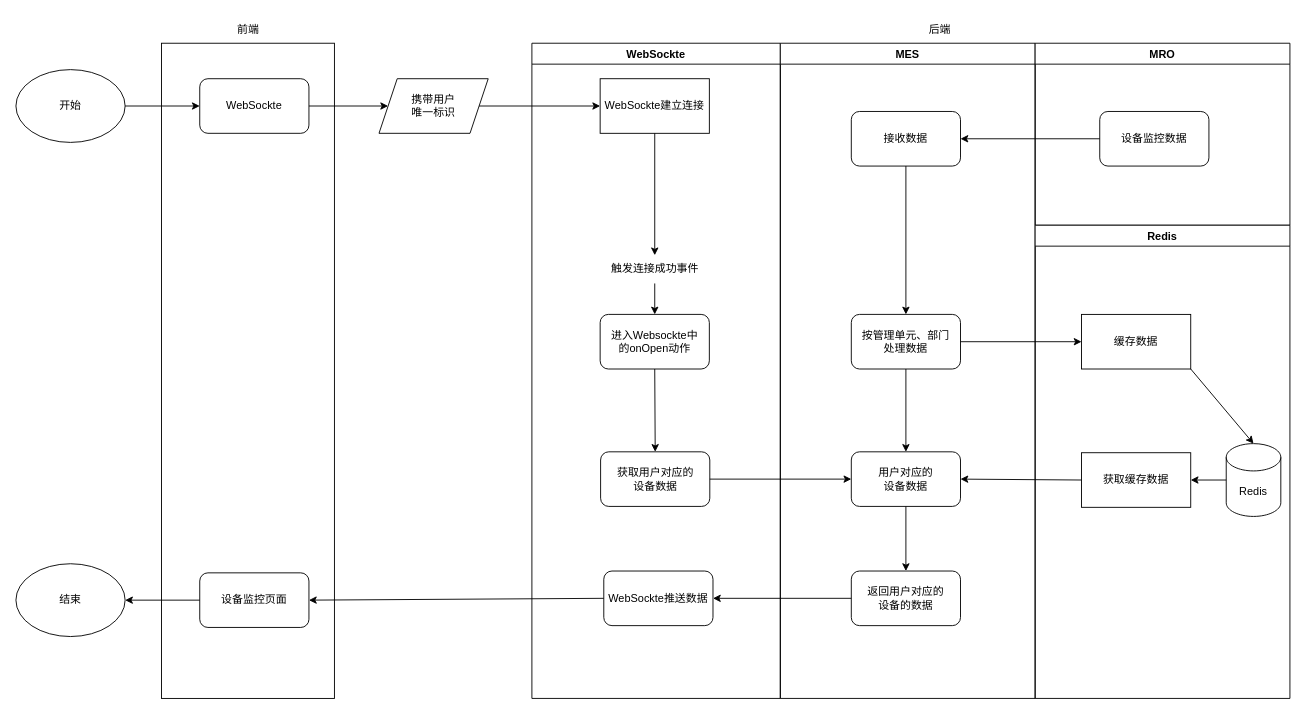
Earlier version of the draw.io diagram page "第 2 页" (2 of 2) of 设备监控流程.drawio (KNAI-I/test). Source tidied: cells renumbered, new cells numbered last; positions are measured from the earlier drawing's top-left corner, leaving out a move shared by most shapes. Both pictures are drawn from the tidied source at 91%, with x=0, y=0 at pixel (15, 15).
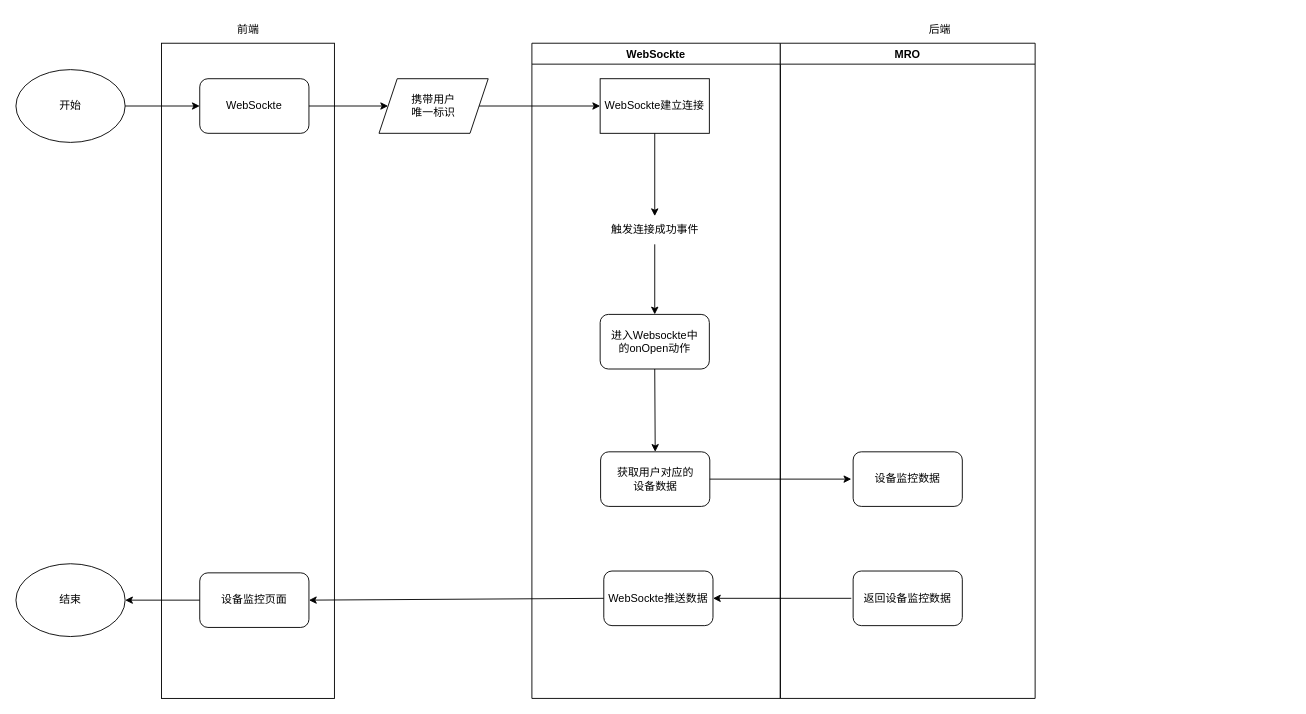
Above is the later version.

Commit message (it also covers changes not shown here):
更新设备监控流程.drawio

Unchanged cells that the change refers to:
```xml
<mxCell id="16" value="WebSockte推送数据" style="rounded=1;whiteSpace=wrap;html=1;" parent="1" vertex="1">
  <mxGeometry x="646" y="610" width="120" height="60" as="geometry" />
</mxCell>
<mxCell id="20" value="获取用户对应的&lt;br&gt;设备数据" style="rounded=1;whiteSpace=wrap;html=1;" parent="18" vertex="1">
  <mxGeometry x="75.5" y="449" width="120" height="60" as="geometry" />
</mxCell>
```

The edit, as a diff of the source:
```diff
@@
     <mxCell id="12" value="触发连接成功事件" style="text;html=1;align=center;verticalAlign=middle;points=[];strokeColor=none;fillColor=none;" parent="1" vertex="1">
-      <mxGeometry x="642" y="263" width="120" height="30" as="geometry" />
+      <mxGeometry x="642" y="220" width="120" height="30" as="geometry" />
     </mxCell>
@@
-    <mxCell id="22" value="MES" style="swimlane;" parent="1" vertex="1">
-      <mxGeometry x="840" y="30" width="280" height="720" as="geometry" />
-    </mxCell>
-    <mxCell id="23" value="接收数据" style="rounded=1;whiteSpace=wrap;html=1;" parent="22" vertex="1">
-      <mxGeometry x="78" y="75" width="120" height="60" as="geometry" />
-    </mxCell>
-    <mxCell id="24" value="按管理单元、部门&lt;br&gt;处理数据" style="rounded=1;whiteSpace=wrap;html=1;" parent="22" vertex="1">
-      <mxGeometry x="78" y="298" width="120" height="60" as="geometry" />
-    </mxCell>
-    <mxCell id="25" style="endArrow=classic;html=1;rounded=0;exitX=0.5;exitY=1;exitDx=0;exitDy=0;entryX=0.5;entryY=0;entryDx=0;entryDy=0;" parent="22" edge="1" source="23" target="24">
-      <mxGeometry relative="1" as="geometry" />
-    </mxCell>
-    <mxCell id="26" value="用户对应的&lt;br&gt;设备数据" style="rounded=1;whiteSpace=wrap;html=1;" parent="22" vertex="1">
-      <mxGeometry x="78" y="449" width="120" height="60" as="geometry" />
-    </mxCell>
-    <mxCell id="27" style="endArrow=classic;html=1;rounded=0;entryX=0.5;entryY=0;entryDx=0;entryDy=0;exitX=0.5;exitY=1;exitDx=0;exitDy=0;" parent="22" edge="1" source="24" target="26">
-      <mxGeometry relative="1" as="geometry" />
-    </mxCell>
-    <mxCell id="28" value="返回用户对应的&lt;br&gt;设备的数据" style="rounded=1;whiteSpace=wrap;html=1;" parent="22" vertex="1">
-      <mxGeometry x="78" y="580" width="120" height="60" as="geometry" />
-    </mxCell>
-    <mxCell id="29" style="endArrow=classic;html=1;rounded=0;exitX=0.5;exitY=1;exitDx=0;exitDy=0;entryX=0.5;entryY=0;entryDx=0;entryDy=0;" parent="22" edge="1" source="26" target="28">
-      <mxGeometry relative="1" as="geometry" />
-    </mxCell>
     <mxCell id="30" value="MRO" style="swimlane;" parent="1" vertex="1">
-      <mxGeometry x="1120" y="30" width="280" height="200" as="geometry" />
+      <mxGeometry x="840" y="30" width="280" height="720" as="geometry" />
     </mxCell>
     <mxCell id="31" value="设备监控数据" style="rounded=1;whiteSpace=wrap;html=1;" parent="30" vertex="1">
-      <mxGeometry x="71" y="75" width="120" height="60" as="geometry" />
+      <mxGeometry x="80" y="449" width="120" height="60" as="geometry" />
     </mxCell>
-    <mxCell id="32" value="Redis" style="swimlane;" parent="1" vertex="1">
-      <mxGeometry x="1120" y="230" width="280" height="520" as="geometry" />
-    </mxCell>
-    <mxCell id="33" value="Redis" style="shape=cylinder3;whiteSpace=wrap;html=1;boundedLbl=1;backgroundOutline=1;size=15;" parent="32" vertex="1">
-      <mxGeometry x="210" y="240" width="60" height="80" as="geometry" />
-    </mxCell>
-    <mxCell id="34" value="缓存数据" style="rounded=0;whiteSpace=wrap;html=1;" parent="32" vertex="1">
-      <mxGeometry x="51" y="98" width="120" height="60" as="geometry" />
-    </mxCell>
-    <mxCell id="35" style="endArrow=classic;html=1;rounded=0;exitX=1;exitY=1;exitDx=0;exitDy=0;entryX=0.5;entryY=0;entryDx=0;entryDy=0;entryPerimeter=0;" parent="32" edge="1" source="34" target="33">
-      <mxGeometry relative="1" as="geometry" />
-    </mxCell>
-    <mxCell id="36" value="获取缓存数据" style="rounded=0;whiteSpace=wrap;html=1;" parent="32" vertex="1">
-      <mxGeometry x="51" y="250" width="120" height="60" as="geometry" />
-    </mxCell>
-    <mxCell id="37" style="endArrow=classic;html=1;rounded=0;exitX=0;exitY=0.5;exitDx=0;exitDy=0;exitPerimeter=0;entryX=1;entryY=0.5;entryDx=0;entryDy=0;" parent="32" edge="1" source="33" target="36">
-      <mxGeometry relative="1" as="geometry" />
-    </mxCell>
-    <mxCell id="38" style="endArrow=classic;html=1;rounded=0;exitX=0;exitY=0.5;exitDx=0;exitDy=0;" parent="1" edge="1" source="31" target="23">
-      <mxGeometry relative="1" as="geometry" />
-    </mxCell>
-    <mxCell id="39" style="endArrow=classic;html=1;rounded=0;entryX=0;entryY=0.5;entryDx=0;entryDy=0;exitX=1;exitY=0.5;exitDx=0;exitDy=0;" parent="1" edge="1" source="24" target="34">
-      <mxGeometry relative="1" as="geometry" />
-    </mxCell>
+    <mxCell id="45" value="返回设备监控数据" style="rounded=1;whiteSpace=wrap;html=1;" parent="30" vertex="1">
+      <mxGeometry x="80" y="580" width="120" height="60" as="geometry" />
+    </mxCell>
-    <mxCell id="40" style="endArrow=classic;html=1;rounded=0;exitX=1;exitY=0.5;exitDx=0;exitDy=0;entryX=0;entryY=0.5;entryDx=0;entryDy=0;" parent="1" edge="1" source="20" target="26">
-      <mxGeometry relative="1" as="geometry" />
+    <mxCell id="40" style="endArrow=classic;html=1;rounded=0;exitX=1;exitY=0.5;exitDx=0;exitDy=0;entryX=0;entryY=0.5;entryDx=0;entryDy=0;" parent="1" edge="1" source="20">
+      <mxGeometry relative="1" as="geometry">
+        <mxPoint x="918" y="509" as="targetPoint" />
+      </mxGeometry>
     </mxCell>
-    <mxCell id="41" style="endArrow=classic;html=1;rounded=0;exitX=0;exitY=0.5;exitDx=0;exitDy=0;entryX=1;entryY=0.5;entryDx=0;entryDy=0;" parent="1" edge="1" source="36" target="26">
-      <mxGeometry relative="1" as="geometry" />
-    </mxCell>
-    <mxCell id="42" style="endArrow=classic;html=1;rounded=0;exitX=0;exitY=0.5;exitDx=0;exitDy=0;entryX=1;entryY=0.5;entryDx=0;entryDy=0;" parent="1" edge="1" source="28" target="16">
-      <mxGeometry relative="1" as="geometry" />
+    <mxCell id="42" style="endArrow=classic;html=1;rounded=0;exitX=0;exitY=0.5;exitDx=0;exitDy=0;entryX=1;entryY=0.5;entryDx=0;entryDy=0;" parent="1" edge="1" target="16">
+      <mxGeometry relative="1" as="geometry">
+        <mxPoint x="918" y="640" as="sourcePoint" />
+      </mxGeometry>
     </mxCell>
```
